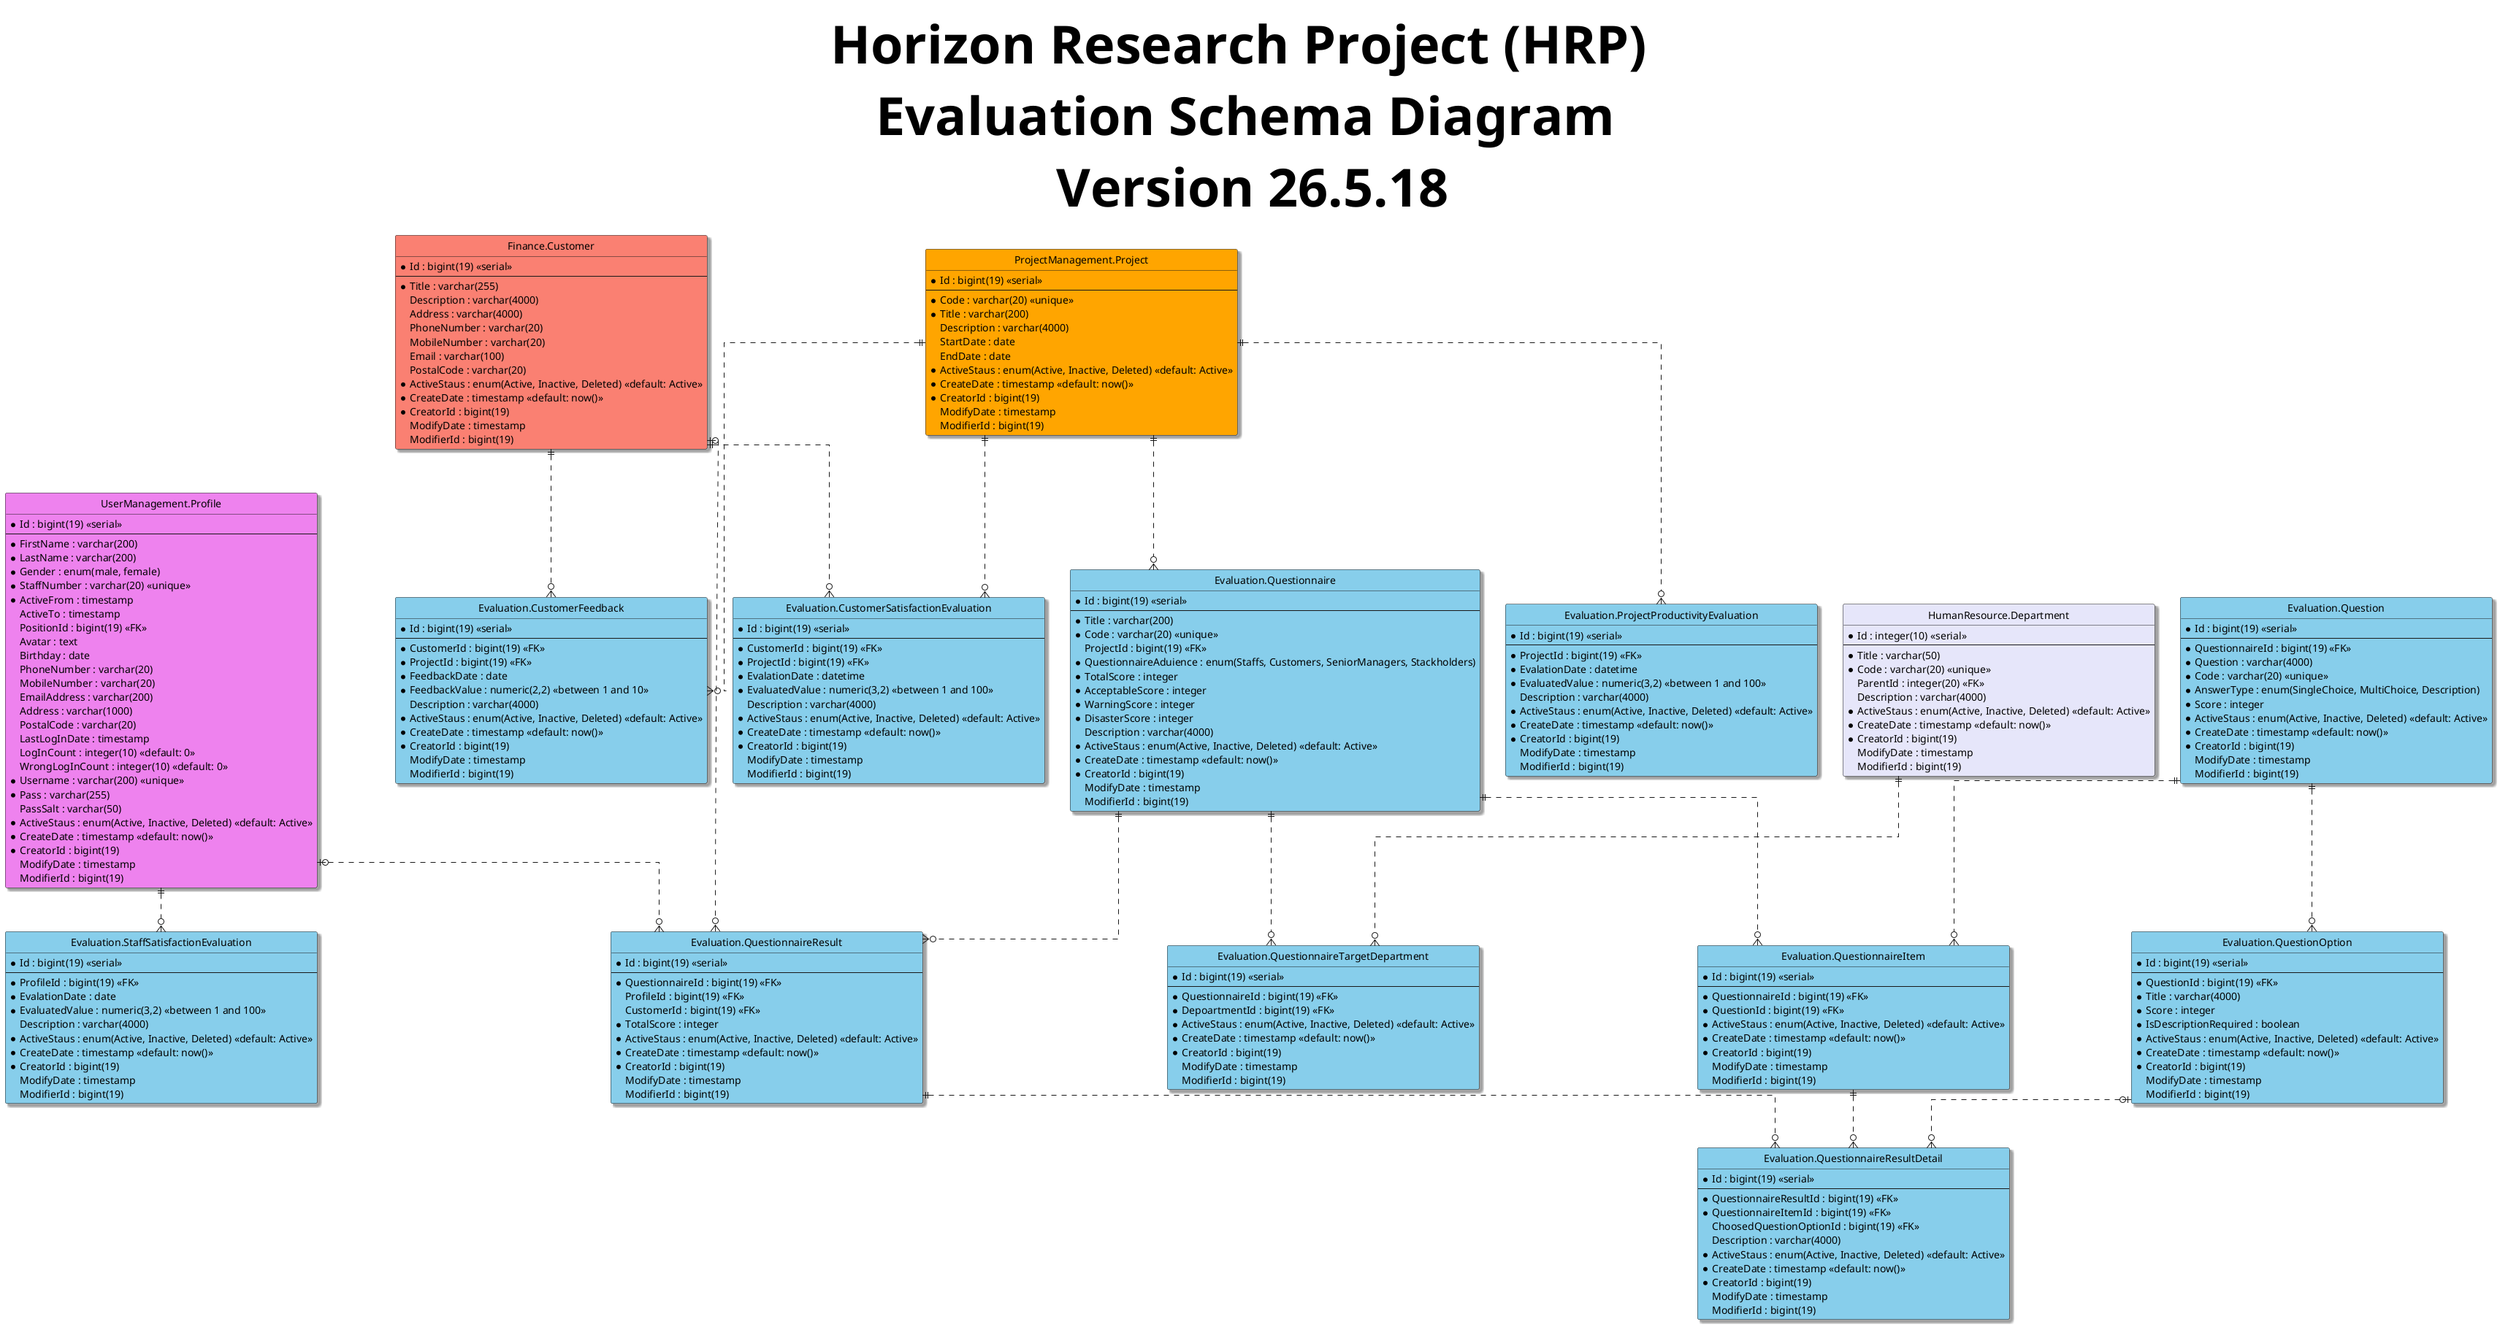
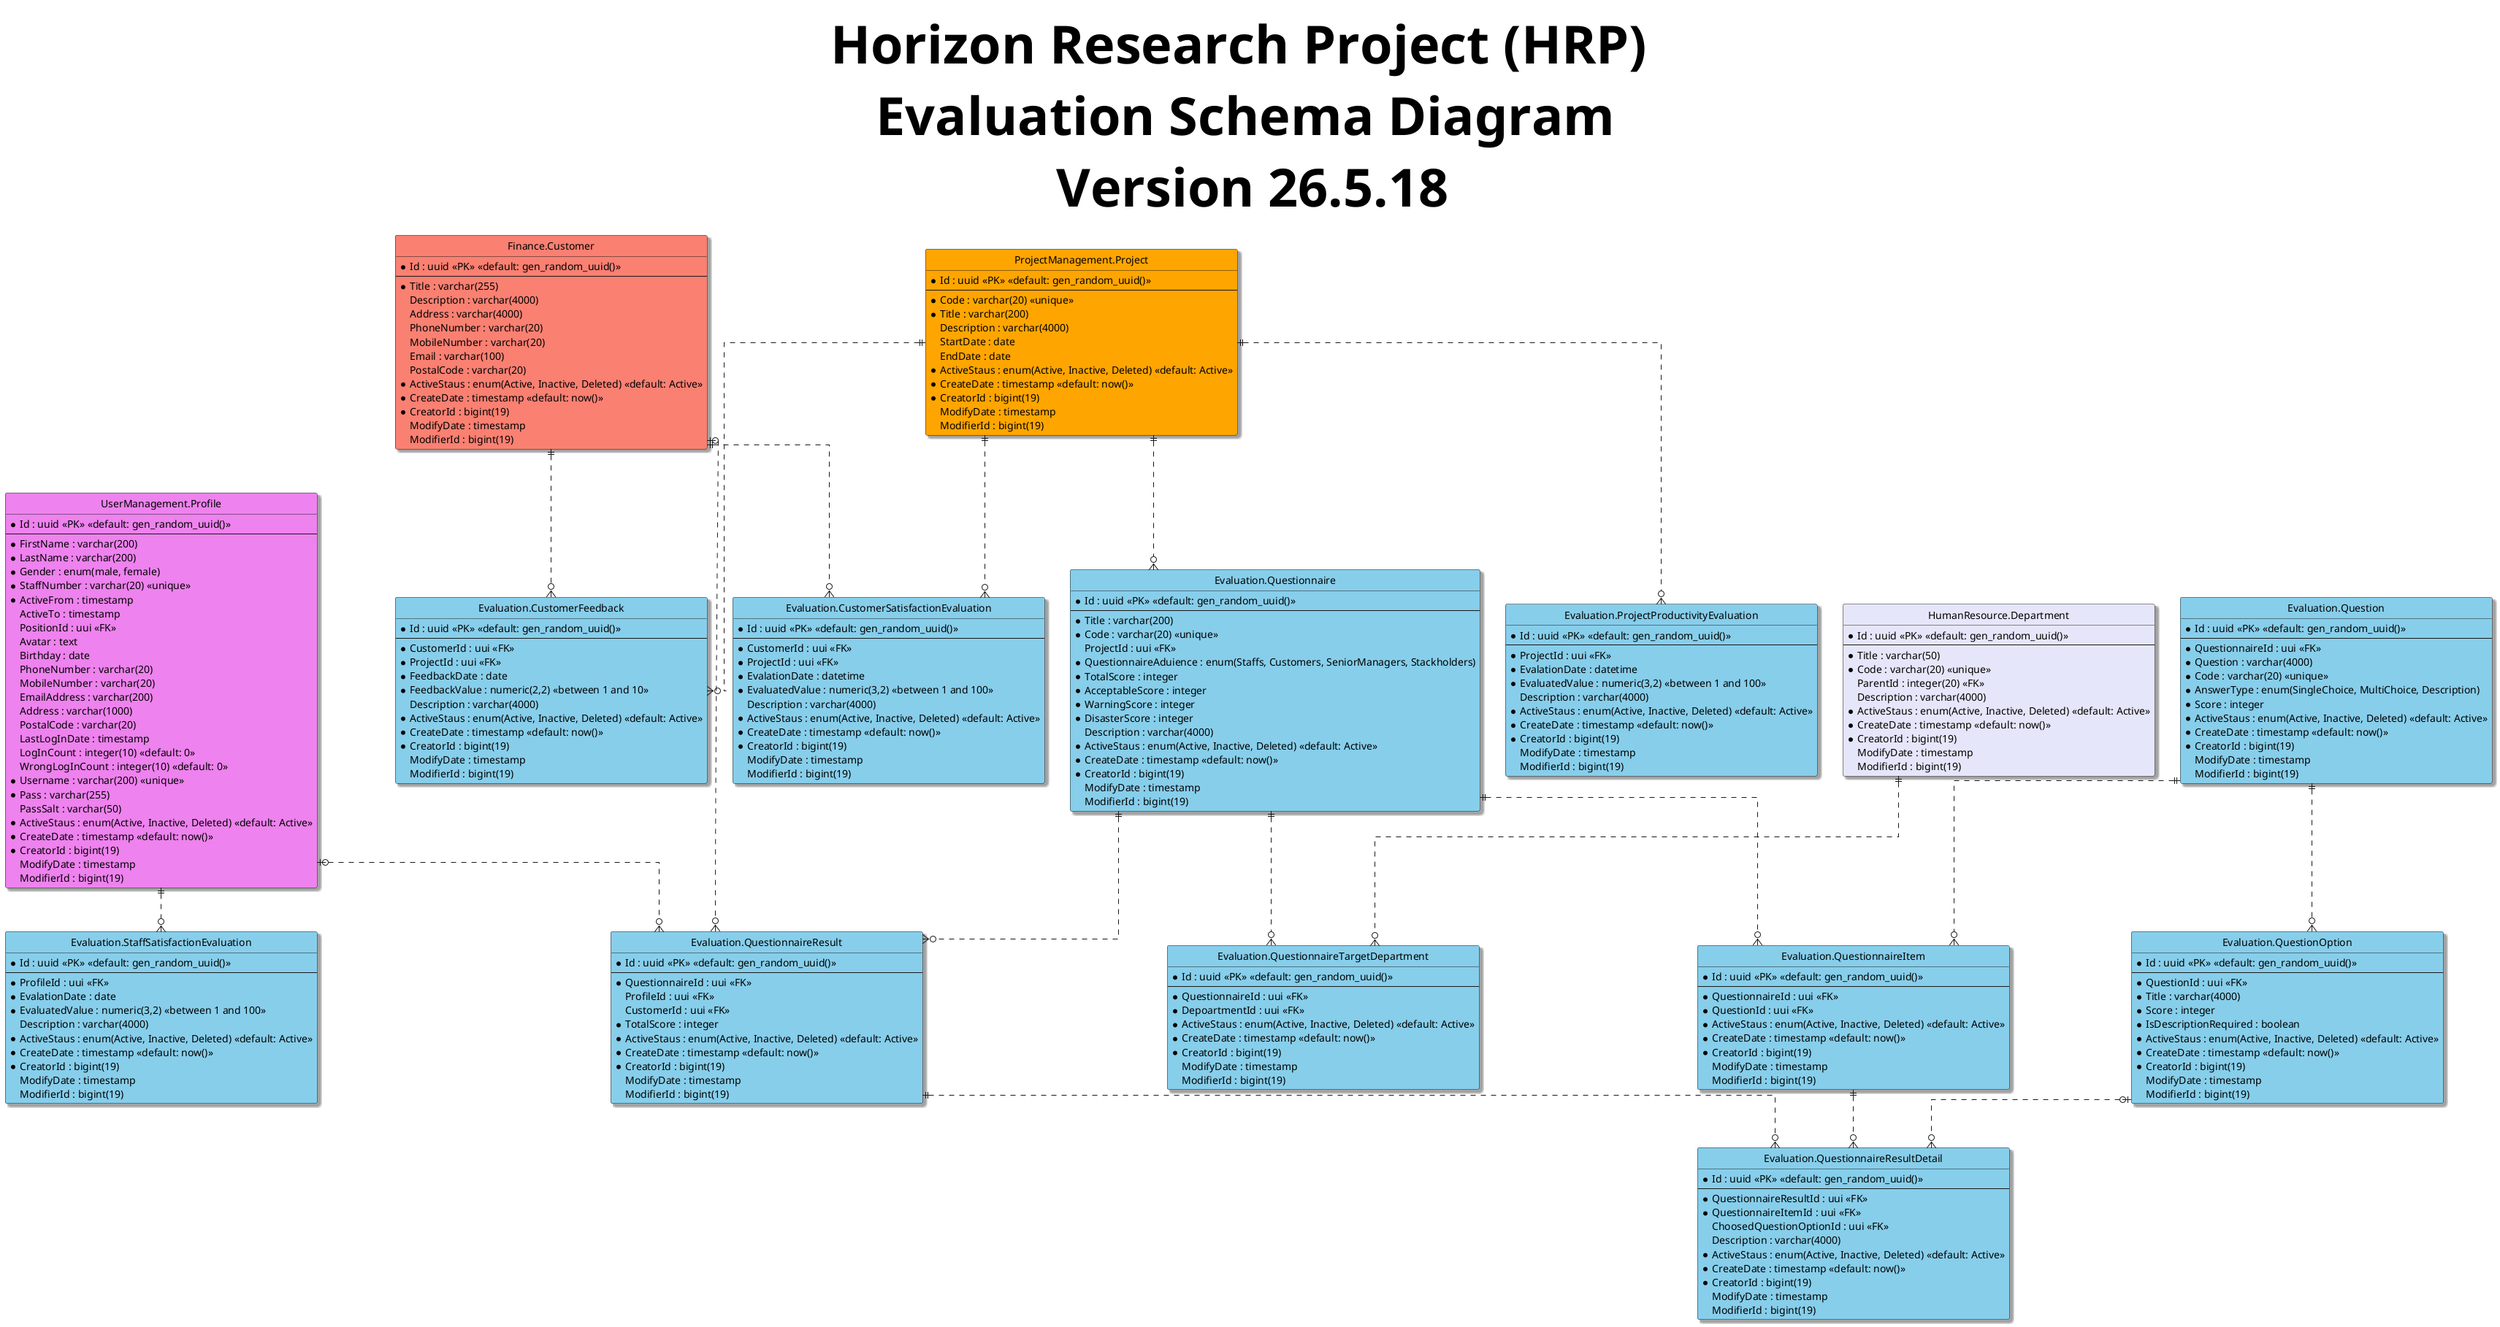
@startuml
hide circle
skinparam classBackgroundColor #Business
skinparam linetype ortho
skinparam Shadowing True
skinparam TitleFontSize 72pt

title Horizon Research Project (HRP) \n Evaluation Schema Diagram \n Version 26.5.18

entity "UserManagement.Profile" as profile #Violet{
-   *Id : bigint(19) <<serial>>
+   *Id : uuid <<PK>> <<default: gen_random_uuid()>>
  --
  *FirstName : varchar(200)
  *LastName : varchar(200)
  *Gender : enum(male, female)
  *StaffNumber : varchar(20) <<unique>>
  *ActiveFrom : timestamp
  ActiveTo : timestamp
-   PositionId : bigint(19) <<FK>>
+   PositionId : uui <<FK>>
  Avatar : text
  Birthday : date
  PhoneNumber : varchar(20)
  MobileNumber : varchar(20)
  EmailAddress : varchar(200)
  Address : varchar(1000)
  PostalCode : varchar(20)
  LastLogInDate : timestamp
  LogInCount : integer(10) <<default: 0>>
  WrongLogInCount : integer(10) <<default: 0>>
  *Username : varchar(200) <<unique>>
  *Pass : varchar(255)
  PassSalt : varchar(50)
  *ActiveStaus : enum(Active, Inactive, Deleted) <<default: Active>>
  *CreateDate : timestamp <<default: now()>>
  *CreatorId : bigint(19)
  ModifyDate : timestamp
  ModifierId : bigint(19)
}

entity "HumanResource.Department" as department #Lavender{
-   *Id : integer(10) <<serial>>
+   *Id : uuid <<PK>> <<default: gen_random_uuid()>>
  --
  *Title : varchar(50)
  *Code : varchar(20) <<unique>>
  ParentId : integer(20) <<FK>>
  Description : varchar(4000)
  *ActiveStaus : enum(Active, Inactive, Deleted) <<default: Active>>
  *CreateDate : timestamp <<default: now()>>
  *CreatorId : bigint(19)
  ModifyDate : timestamp
  ModifierId : bigint(19)
}

entity "ProjectManagement.Project" as project #Orange{
-   *Id : bigint(19) <<serial>>
+   *Id : uuid <<PK>> <<default: gen_random_uuid()>>
  --
  *Code : varchar(20) <<unique>>
  *Title : varchar(200)
  Description : varchar(4000)
  StartDate : date
  EndDate : date
  *ActiveStaus : enum(Active, Inactive, Deleted) <<default: Active>>
  *CreateDate : timestamp <<default: now()>>
  *CreatorId : bigint(19)
  ModifyDate : timestamp
  ModifierId : bigint(19)
}

entity "Finance.Customer" as customer #Salmon{
-   *Id : bigint(19) <<serial>>
+   *Id : uuid <<PK>> <<default: gen_random_uuid()>>
  --
  *Title : varchar(255)
  Description : varchar(4000)
  Address : varchar(4000)
  PhoneNumber : varchar(20)
  MobileNumber : varchar(20)
  Email : varchar(100)
  PostalCode : varchar(20)
  *ActiveStaus : enum(Active, Inactive, Deleted) <<default: Active>>
  *CreateDate : timestamp <<default: now()>>
  *CreatorId : bigint(19)
  ModifyDate : timestamp
  ModifierId : bigint(19)
}

entity "Evaluation.Question" as question #SkyBlue{
-   *Id : bigint(19) <<serial>>
-   --
-   *QuestionnaireId : bigint(19) <<FK>>
+   *Id : uuid <<PK>> <<default: gen_random_uuid()>>
+   --
+   *QuestionnaireId : uui <<FK>>
  *Question : varchar(4000)
  *Code : varchar(20) <<unique>>
  *AnswerType : enum(SingleChoice, MultiChoice, Description)
  *Score : integer
  *ActiveStaus : enum(Active, Inactive, Deleted) <<default: Active>>
  *CreateDate : timestamp <<default: now()>>
  *CreatorId : bigint(19)
  ModifyDate : timestamp
  ModifierId : bigint(19)
}

entity "Evaluation.QuestionOption" as questionOption #SkyBlue{
-   *Id : bigint(19) <<serial>>
-   --
-   *QuestionId : bigint(19) <<FK>>
+   *Id : uuid <<PK>> <<default: gen_random_uuid()>>
+   --
+   *QuestionId : uui <<FK>>
  *Title : varchar(4000)
  *Score : integer
  *IsDescriptionRequired : boolean
  *ActiveStaus : enum(Active, Inactive, Deleted) <<default: Active>>
  *CreateDate : timestamp <<default: now()>>
  *CreatorId : bigint(19)
  ModifyDate : timestamp
  ModifierId : bigint(19)
}

entity "Evaluation.Questionnaire" as questionnaire #SkyBlue{
-   *Id : bigint(19) <<serial>>
+   *Id : uuid <<PK>> <<default: gen_random_uuid()>>
  --
  *Title : varchar(200)
  *Code : varchar(20) <<unique>>
-   ProjectId : bigint(19) <<FK>>
+   ProjectId : uui <<FK>>
  *QuestionnaireAduience : enum(Staffs, Customers, SeniorManagers, Stackholders)
  *TotalScore : integer
  *AcceptableScore : integer
  *WarningScore : integer
  *DisasterScore : integer
  Description : varchar(4000)
  *ActiveStaus : enum(Active, Inactive, Deleted) <<default: Active>>
  *CreateDate : timestamp <<default: now()>>
  *CreatorId : bigint(19)
  ModifyDate : timestamp
  ModifierId : bigint(19)
}

entity "Evaluation.QuestionnaireTargetDepartment" as questionnaireTargetDepartment #SkyBlue{
-   *Id : bigint(19) <<serial>>
-   --
-   *QuestionnaireId : bigint(19) <<FK>>
-   *DepoartmentId : bigint(19) <<FK>>
+   *Id : uuid <<PK>> <<default: gen_random_uuid()>>
+   --
+   *QuestionnaireId : uui <<FK>>
+   *DepoartmentId : uui <<FK>>
  *ActiveStaus : enum(Active, Inactive, Deleted) <<default: Active>>
  *CreateDate : timestamp <<default: now()>>
  *CreatorId : bigint(19)
  ModifyDate : timestamp
  ModifierId : bigint(19)
}

entity "Evaluation.QuestionnaireItem" as questionnaireItem #SkyBlue{
-   *Id : bigint(19) <<serial>>
-   --
-   *QuestionnaireId : bigint(19) <<FK>>
-   *QuestionId : bigint(19) <<FK>>
+   *Id : uuid <<PK>> <<default: gen_random_uuid()>>
+   --
+   *QuestionnaireId : uui <<FK>>
+   *QuestionId : uui <<FK>>
  *ActiveStaus : enum(Active, Inactive, Deleted) <<default: Active>>
  *CreateDate : timestamp <<default: now()>>
  *CreatorId : bigint(19)
  ModifyDate : timestamp
  ModifierId : bigint(19)
}

entity "Evaluation.QuestionnaireResult" as questionnaireResult #SkyBlue{
-   *Id : bigint(19) <<serial>>
-   --
-   *QuestionnaireId : bigint(19) <<FK>>
-   ProfileId : bigint(19) <<FK>>
-   CustomerId : bigint(19) <<FK>>
+   *Id : uuid <<PK>> <<default: gen_random_uuid()>>
+   --
+   *QuestionnaireId : uui <<FK>>
+   ProfileId : uui <<FK>>
+   CustomerId : uui <<FK>>
  *TotalScore : integer
  *ActiveStaus : enum(Active, Inactive, Deleted) <<default: Active>>
  *CreateDate : timestamp <<default: now()>>
  *CreatorId : bigint(19)
  ModifyDate : timestamp
  ModifierId : bigint(19)
}

entity "Evaluation.QuestionnaireResultDetail" as questionnaireResultDetail #SkyBlue{
-   *Id : bigint(19) <<serial>>
-   --
-   *QuestionnaireResultId : bigint(19) <<FK>>
-   *QuestionnaireItemId : bigint(19) <<FK>>
-   ChoosedQuestionOptionId : bigint(19) <<FK>>
+   *Id : uuid <<PK>> <<default: gen_random_uuid()>>
+   --
+   *QuestionnaireResultId : uui <<FK>>
+   *QuestionnaireItemId : uui <<FK>>
+   ChoosedQuestionOptionId : uui <<FK>>
  Description : varchar(4000)
  *ActiveStaus : enum(Active, Inactive, Deleted) <<default: Active>>
  *CreateDate : timestamp <<default: now()>>
  *CreatorId : bigint(19)
  ModifyDate : timestamp
  ModifierId : bigint(19)
}

entity "Evaluation.CustomerFeedback" as customerFeedback #SkyBlue{
-   *Id : bigint(19) <<serial>>
-   --
-   *CustomerId : bigint(19) <<FK>>
-   *ProjectId : bigint(19) <<FK>>
+   *Id : uuid <<PK>> <<default: gen_random_uuid()>>
+   --
+   *CustomerId : uui <<FK>>
+   *ProjectId : uui <<FK>>
  *FeedbackDate : date
  *FeedbackValue : numeric(2,2) <<between 1 and 10>>
  Description : varchar(4000)
  *ActiveStaus : enum(Active, Inactive, Deleted) <<default: Active>>
  *CreateDate : timestamp <<default: now()>>
  *CreatorId : bigint(19)
  ModifyDate : timestamp
  ModifierId : bigint(19)
}

entity "Evaluation.StaffSatisfactionEvaluation" as staffSatisfactionEvaluation #SkyBlue{
-   *Id : bigint(19) <<serial>>
-   --
-   *ProfileId : bigint(19) <<FK>>
+   *Id : uuid <<PK>> <<default: gen_random_uuid()>>
+   --
+   *ProfileId : uui <<FK>>
  *EvalationDate : date
  *EvaluatedValue : numeric(3,2) <<between 1 and 100>>
  Description : varchar(4000)
  *ActiveStaus : enum(Active, Inactive, Deleted) <<default: Active>>
  *CreateDate : timestamp <<default: now()>>
  *CreatorId : bigint(19)
  ModifyDate : timestamp
  ModifierId : bigint(19)
}

entity "Evaluation.ProjectProductivityEvaluation" as projectProductivityEvaluation #SkyBlue{
-   *Id : bigint(19) <<serial>>
-   --
-   *ProjectId : bigint(19) <<FK>>
+   *Id : uuid <<PK>> <<default: gen_random_uuid()>>
+   --
+   *ProjectId : uui <<FK>>
  *EvalationDate : datetime
  *EvaluatedValue : numeric(3,2) <<between 1 and 100>>
  Description : varchar(4000)
  *ActiveStaus : enum(Active, Inactive, Deleted) <<default: Active>>
  *CreateDate : timestamp <<default: now()>>
  *CreatorId : bigint(19)
  ModifyDate : timestamp
  ModifierId : bigint(19)
}

entity "Evaluation.CustomerSatisfactionEvaluation" as customerSatisfactionEvaluation #SkyBlue{
-   *Id : bigint(19) <<serial>>
-   --
-   *CustomerId : bigint(19) <<FK>>
-   *ProjectId : bigint(19) <<FK>>
+   *Id : uuid <<PK>> <<default: gen_random_uuid()>>
+   --
+   *CustomerId : uui <<FK>>
+   *ProjectId : uui <<FK>>
  *EvalationDate : datetime
  *EvaluatedValue : numeric(3,2) <<between 1 and 100>>
  Description : varchar(4000)
  *ActiveStaus : enum(Active, Inactive, Deleted) <<default: Active>>
  *CreateDate : timestamp <<default: now()>>
  *CreatorId : bigint(19)
  ModifyDate : timestamp
  ModifierId : bigint(19)
}

questionnaire ||..o{ questionnaireTargetDepartment
department ||..o{ questionnaireTargetDepartment
question ||..o{ questionnaireItem
project ||..o{ questionnaire
questionnaire ||..o{ questionnaireItem
question ||..o{ questionOption
questionnaire ||..o{ questionnaireResult
profile |o..o{ questionnaireResult
customer |o..o{ questionnaireResult
questionnaireResult ||..o{ questionnaireResultDetail
questionnaireItem ||..o{ questionnaireResultDetail
questionOption |o..o{ questionnaireResultDetail
profile ||..o{ staffSatisfactionEvaluation
project ||..o{ projectProductivityEvaluation
customer ||..o{ customerSatisfactionEvaluation
project ||..o{ customerSatisfactionEvaluation
customer ||..o{ customerFeedback
project ||..o{ customerFeedback

@enduml